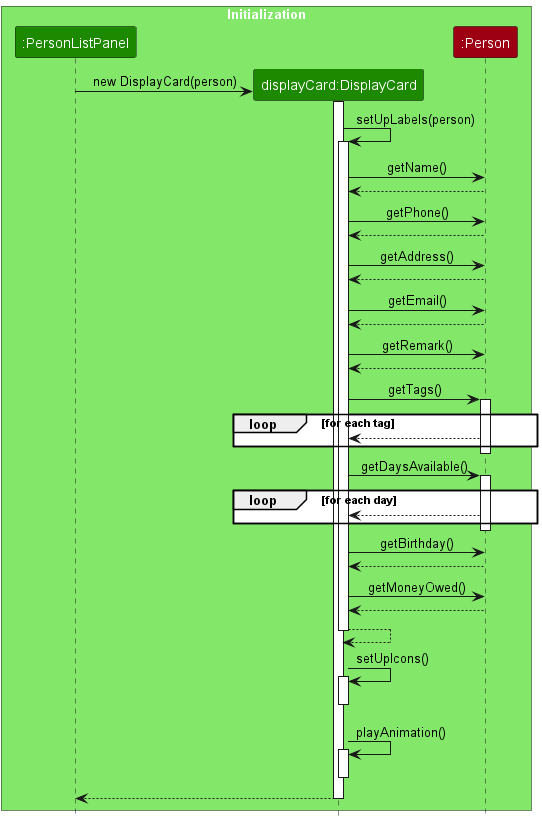
NewtonKoh/tp keeps this PlantUML diagram as docs/images/DisplayCardSequenceDiagram.png. Above is the earlier version.
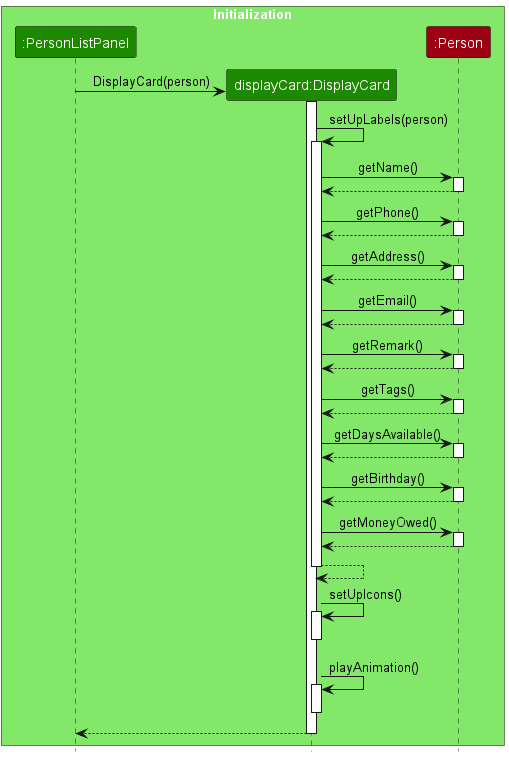
Later version of the same file.

Commit message:
Refine sequence diagrams and enhance documentation with visual aids

Change to the diagram source:
```diff
@@ -9,38 +9,50 @@
 end box
 
 create DisplayCard
-PersonListPanel -> DisplayCard : new DisplayCard(person)
+PersonListPanel -> DisplayCard : DisplayCard(person)
 activate DisplayCard
 
 DisplayCard -> DisplayCard : setUpLabels(person)
 activate DisplayCard
 
+
 DisplayCard -> Person : getName()
+activate Person
 Person --> DisplayCard
+deactivate Person
 DisplayCard -> Person : getPhone()
+activate Person
 Person --> DisplayCard
+deactivate Person
 DisplayCard -> Person : getAddress()
+activate Person
 Person --> DisplayCard
+deactivate Person
 DisplayCard -> Person : getEmail()
+activate Person
 Person --> DisplayCard
+deactivate Person
 DisplayCard -> Person : getRemark()
+activate Person
 Person --> DisplayCard
+deactivate Person
 DisplayCard -> Person : getTags()
 activate Person
-loop for each tag
-    Person --> DisplayCard
-end
+Person --> DisplayCard
 deactivate Person
 DisplayCard -> Person : getDaysAvailable()
 activate Person
-loop for each day
-    Person --> DisplayCard
-end
+Person -->DisplayCard
 deactivate Person
+
 DisplayCard -> Person : getBirthday()
+activate Person
 Person --> DisplayCard
+deactivate Person
 DisplayCard -> Person : getMoneyOwed()
+activate Person
 Person --> DisplayCard
+deactivate Person
 
 DisplayCard --> DisplayCard
 deactivate DisplayCard
```
